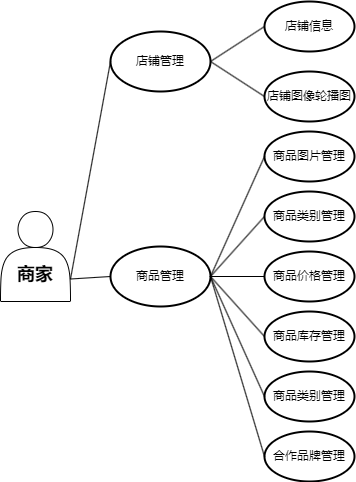
Before: 2.drawio.png, a diagram exported from draw.io (xiyuliu509/microservice-shop). Source tidied: cells renumbered, new cells last; positions are measured from the earlier drawing's top-left corner, leaving out a move shared by most shapes. The source it was exported from:
```xml
<mxGraphModel>
  <root>
    <mxCell id="0" />
    <mxCell id="1" parent="0" />
    <mxCell id="2" value="&lt;h2&gt;商家&lt;/h2&gt;" style="shape=actor;whiteSpace=wrap;html=1;verticalAlign=bottom;fontStyle=1;fontFamily=Comic Sans MS;rounded=0;" parent="1" vertex="1">
      <mxGeometry y="210" width="70" height="90" as="geometry" />
    </mxCell>
    <mxCell id="3" value="店铺管理" style="strokeWidth=2;html=1;shape=mxgraph.flowchart.start_1;whiteSpace=wrap;rounded=0;" parent="1" vertex="1">
      <mxGeometry x="110" y="30" width="100" height="60" as="geometry" />
    </mxCell>
    <mxCell id="4" value="店铺信息" style="strokeWidth=2;html=1;shape=mxgraph.flowchart.start_1;whiteSpace=wrap;rounded=0;" parent="1" vertex="1">
      <mxGeometry x="264" width="90" height="50" as="geometry" />
    </mxCell>
    <mxCell id="5" value="店铺图像轮播图" style="strokeWidth=2;html=1;shape=mxgraph.flowchart.start_1;whiteSpace=wrap;rounded=0;" parent="1" vertex="1">
      <mxGeometry x="264" y="70" width="90" height="50" as="geometry" />
    </mxCell>
    <mxCell id="6" style="endArrow=none;html=1;entryX=0;entryY=0.5;entryDx=0;entryDy=0;entryPerimeter=0;exitX=1;exitY=0.75;exitDx=0;exitDy=0;" parent="1" edge="1" source="2" target="3">
      <mxGeometry relative="1" as="geometry" />
    </mxCell>
    <mxCell id="7" style="endArrow=none;html=1;entryX=0;entryY=0.5;entryDx=0;entryDy=0;entryPerimeter=0;exitX=1;exitY=0.5;exitDx=0;exitDy=0;exitPerimeter=0;" parent="1" edge="1" source="3" target="4">
      <mxGeometry relative="1" as="geometry" />
    </mxCell>
    <mxCell id="8" style="endArrow=none;html=1;entryX=1;entryY=0.5;entryDx=0;entryDy=0;entryPerimeter=0;exitX=0;exitY=0.5;exitDx=0;exitDy=0;exitPerimeter=0;" parent="1" edge="1" source="5" target="3">
      <mxGeometry relative="1" as="geometry" />
    </mxCell>
    <mxCell id="9" value="商品管理" style="strokeWidth=2;html=1;shape=mxgraph.flowchart.start_1;whiteSpace=wrap;rounded=0;" parent="1" vertex="1">
      <mxGeometry x="110" y="245" width="100" height="60" as="geometry" />
    </mxCell>
    <mxCell id="10" style="endArrow=none;html=1;exitX=1;exitY=0.75;exitDx=0;exitDy=0;entryX=0;entryY=0.5;entryDx=0;entryDy=0;entryPerimeter=0;" parent="1" edge="1" source="2" target="9">
      <mxGeometry relative="1" as="geometry" />
    </mxCell>
    <mxCell id="11" value="商品价格管理" style="strokeWidth=2;html=1;shape=mxgraph.flowchart.start_1;whiteSpace=wrap;rounded=0;" parent="1" vertex="1">
      <mxGeometry x="264" y="250" width="90" height="50" as="geometry" />
    </mxCell>
    <mxCell id="12" value="商品类别管理" style="strokeWidth=2;html=1;shape=mxgraph.flowchart.start_1;whiteSpace=wrap;rounded=0;" parent="1" vertex="1">
      <mxGeometry x="264" y="190" width="90" height="50" as="geometry" />
    </mxCell>
    <mxCell id="13" value="商品图片管理" style="strokeWidth=2;html=1;shape=mxgraph.flowchart.start_1;whiteSpace=wrap;rounded=0;" parent="1" vertex="1">
      <mxGeometry x="264" y="130" width="90" height="50" as="geometry" />
    </mxCell>
    <mxCell id="14" value="商品类别管理" style="strokeWidth=2;html=1;shape=mxgraph.flowchart.start_1;whiteSpace=wrap;rounded=0;" parent="1" vertex="1">
      <mxGeometry x="264" y="370" width="90" height="50" as="geometry" />
    </mxCell>
    <mxCell id="15" value="合作品牌管理" style="strokeWidth=2;html=1;shape=mxgraph.flowchart.start_1;whiteSpace=wrap;rounded=0;" parent="1" vertex="1">
      <mxGeometry x="264" y="430" width="90" height="50" as="geometry" />
    </mxCell>
    <mxCell id="16" value="商品库存管理" style="strokeWidth=2;html=1;shape=mxgraph.flowchart.start_1;whiteSpace=wrap;rounded=0;" parent="1" vertex="1">
      <mxGeometry x="264" y="310" width="90" height="50" as="geometry" />
    </mxCell>
    <mxCell id="17" style="endArrow=none;html=1;entryX=0;entryY=0.5;entryDx=0;entryDy=0;entryPerimeter=0;exitX=1;exitY=0.5;exitDx=0;exitDy=0;exitPerimeter=0;" parent="1" edge="1" source="9" target="13">
      <mxGeometry relative="1" as="geometry" />
    </mxCell>
    <mxCell id="18" style="endArrow=none;html=1;entryX=0;entryY=0.5;entryDx=0;entryDy=0;entryPerimeter=0;exitX=1;exitY=0.5;exitDx=0;exitDy=0;exitPerimeter=0;" parent="1" edge="1" source="9" target="12">
      <mxGeometry relative="1" as="geometry" />
    </mxCell>
    <mxCell id="19" style="endArrow=none;html=1;exitX=1;exitY=0.5;exitDx=0;exitDy=0;exitPerimeter=0;entryX=0;entryY=0.5;entryDx=0;entryDy=0;entryPerimeter=0;" parent="1" edge="1" source="9" target="11">
      <mxGeometry relative="1" as="geometry" />
    </mxCell>
    <mxCell id="20" style="endArrow=none;html=1;exitX=1;exitY=0.5;exitDx=0;exitDy=0;exitPerimeter=0;entryX=0;entryY=0.5;entryDx=0;entryDy=0;entryPerimeter=0;" parent="1" edge="1" source="9" target="16">
      <mxGeometry relative="1" as="geometry" />
    </mxCell>
    <mxCell id="21" style="endArrow=none;html=1;exitX=1;exitY=0.5;exitDx=0;exitDy=0;exitPerimeter=0;entryX=0;entryY=0.5;entryDx=0;entryDy=0;entryPerimeter=0;" parent="1" edge="1" source="9" target="14">
      <mxGeometry relative="1" as="geometry" />
    </mxCell>
    <mxCell id="22" style="endArrow=none;html=1;exitX=1;exitY=0.5;exitDx=0;exitDy=0;exitPerimeter=0;entryX=0;entryY=0.5;entryDx=0;entryDy=0;entryPerimeter=0;" parent="1" edge="1" source="9" target="15">
      <mxGeometry relative="1" as="geometry" />
    </mxCell>
  </root>
</mxGraphModel>
```
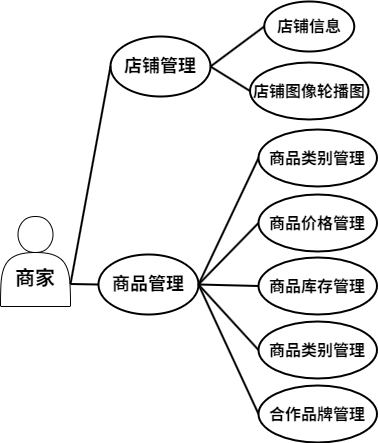
After the change.

Diff of the diagram source:
```diff
@@ -2,68 +2,62 @@
   <root>
     <mxCell id="0" />
     <mxCell id="1" parent="0" />
-    <mxCell id="2" value="&lt;h2&gt;商家&lt;/h2&gt;" style="shape=actor;whiteSpace=wrap;html=1;verticalAlign=bottom;fontStyle=1;fontFamily=Comic Sans MS;rounded=0;" parent="1" vertex="1">
+    <mxCell id="2" value="&lt;h2&gt;&lt;font style=&quot;font-size: 20px;&quot;&gt;商家&lt;/font&gt;&lt;/h2&gt;" style="shape=actor;whiteSpace=wrap;html=1;verticalAlign=bottom;fontStyle=1;fontFamily=Comic Sans MS;rounded=0;" parent="1" vertex="1">
       <mxGeometry y="210" width="70" height="90" as="geometry" />
     </mxCell>
-    <mxCell id="3" value="店铺管理" style="strokeWidth=2;html=1;shape=mxgraph.flowchart.start_1;whiteSpace=wrap;rounded=0;" parent="1" vertex="1">
+    <mxCell id="3" value="&lt;font style=&quot;font-size: 18px;&quot;&gt;&lt;b&gt;店铺管理&lt;/b&gt;&lt;/font&gt;" style="strokeWidth=2;html=1;shape=mxgraph.flowchart.start_1;whiteSpace=wrap;rounded=0;" parent="1" vertex="1">
       <mxGeometry x="110" y="30" width="100" height="60" as="geometry" />
     </mxCell>
-    <mxCell id="4" value="店铺信息" style="strokeWidth=2;html=1;shape=mxgraph.flowchart.start_1;whiteSpace=wrap;rounded=0;" parent="1" vertex="1">
-      <mxGeometry x="264" width="90" height="50" as="geometry" />
+    <mxCell id="4" value="&lt;b&gt;&lt;font style=&quot;font-size: 16px;&quot;&gt;店铺信息&lt;/font&gt;&lt;/b&gt;" style="strokeWidth=2;html=1;shape=mxgraph.flowchart.start_1;whiteSpace=wrap;rounded=0;" parent="1" vertex="1">
+      <mxGeometry x="263.8" y="-5" width="90" height="50" as="geometry" />
     </mxCell>
-    <mxCell id="5" value="店铺图像轮播图" style="strokeWidth=2;html=1;shape=mxgraph.flowchart.start_1;whiteSpace=wrap;rounded=0;" parent="1" vertex="1">
-      <mxGeometry x="264" y="70" width="90" height="50" as="geometry" />
+    <mxCell id="5" value="&lt;font style=&quot;font-size: 16px;&quot;&gt;&lt;b&gt;店铺图像轮播图&lt;/b&gt;&lt;/font&gt;" style="strokeWidth=2;html=1;shape=mxgraph.flowchart.start_1;whiteSpace=wrap;rounded=0;" parent="1" vertex="1">
+      <mxGeometry x="249.5" y="56" width="118.5" height="57" as="geometry" />
     </mxCell>
-    <mxCell id="6" style="endArrow=none;html=1;entryX=0;entryY=0.5;entryDx=0;entryDy=0;entryPerimeter=0;exitX=1;exitY=0.75;exitDx=0;exitDy=0;" parent="1" edge="1" source="2" target="3">
+    <mxCell id="6" style="endArrow=none;html=1;entryX=0;entryY=0.5;entryDx=0;entryDy=0;entryPerimeter=0;exitX=1;exitY=0.75;exitDx=0;exitDy=0;strokeWidth=2;" parent="1" edge="1" source="2" target="3">
       <mxGeometry relative="1" as="geometry" />
     </mxCell>
-    <mxCell id="7" style="endArrow=none;html=1;entryX=0;entryY=0.5;entryDx=0;entryDy=0;entryPerimeter=0;exitX=1;exitY=0.5;exitDx=0;exitDy=0;exitPerimeter=0;" parent="1" edge="1" source="3" target="4">
+    <mxCell id="7" style="endArrow=none;html=1;entryX=0;entryY=0.5;entryDx=0;entryDy=0;entryPerimeter=0;exitX=1;exitY=0.5;exitDx=0;exitDy=0;exitPerimeter=0;strokeWidth=2;" parent="1" edge="1" source="3" target="4">
       <mxGeometry relative="1" as="geometry" />
     </mxCell>
-    <mxCell id="8" style="endArrow=none;html=1;entryX=1;entryY=0.5;entryDx=0;entryDy=0;entryPerimeter=0;exitX=0;exitY=0.5;exitDx=0;exitDy=0;exitPerimeter=0;" parent="1" edge="1" source="5" target="3">
+    <mxCell id="8" style="endArrow=none;html=1;entryX=1;entryY=0.5;entryDx=0;entryDy=0;entryPerimeter=0;exitX=0;exitY=0.5;exitDx=0;exitDy=0;exitPerimeter=0;strokeWidth=2;" parent="1" edge="1" source="5" target="3">
       <mxGeometry relative="1" as="geometry" />
     </mxCell>
-    <mxCell id="9" value="商品管理" style="strokeWidth=2;html=1;shape=mxgraph.flowchart.start_1;whiteSpace=wrap;rounded=0;" parent="1" vertex="1">
-      <mxGeometry x="110" y="245" width="100" height="60" as="geometry" />
+    <mxCell id="9" value="&lt;font style=&quot;font-size: 18px;&quot;&gt;&lt;b&gt;商品管理&lt;/b&gt;&lt;/font&gt;" style="strokeWidth=2;html=1;shape=mxgraph.flowchart.start_1;whiteSpace=wrap;rounded=0;" parent="1" vertex="1">
+      <mxGeometry x="98" y="248" width="100" height="60" as="geometry" />
     </mxCell>
-    <mxCell id="10" style="endArrow=none;html=1;exitX=1;exitY=0.75;exitDx=0;exitDy=0;entryX=0;entryY=0.5;entryDx=0;entryDy=0;entryPerimeter=0;" parent="1" edge="1" source="2" target="9">
+    <mxCell id="10" style="endArrow=none;html=1;exitX=1;exitY=0.75;exitDx=0;exitDy=0;entryX=0;entryY=0.5;entryDx=0;entryDy=0;entryPerimeter=0;strokeWidth=2;" parent="1" edge="1" source="2" target="9">
       <mxGeometry relative="1" as="geometry" />
     </mxCell>
-    <mxCell id="11" value="商品价格管理" style="strokeWidth=2;html=1;shape=mxgraph.flowchart.start_1;whiteSpace=wrap;rounded=0;" parent="1" vertex="1">
-      <mxGeometry x="264" y="250" width="90" height="50" as="geometry" />
-    </mxCell>
-    <mxCell id="12" value="商品类别管理" style="strokeWidth=2;html=1;shape=mxgraph.flowchart.start_1;whiteSpace=wrap;rounded=0;" parent="1" vertex="1">
-      <mxGeometry x="264" y="190" width="90" height="50" as="geometry" />
-    </mxCell>
-    <mxCell id="13" value="商品图片管理" style="strokeWidth=2;html=1;shape=mxgraph.flowchart.start_1;whiteSpace=wrap;rounded=0;" parent="1" vertex="1">
-      <mxGeometry x="264" y="130" width="90" height="50" as="geometry" />
-    </mxCell>
-    <mxCell id="14" value="商品类别管理" style="strokeWidth=2;html=1;shape=mxgraph.flowchart.start_1;whiteSpace=wrap;rounded=0;" parent="1" vertex="1">
-      <mxGeometry x="264" y="370" width="90" height="50" as="geometry" />
-    </mxCell>
-    <mxCell id="15" value="合作品牌管理" style="strokeWidth=2;html=1;shape=mxgraph.flowchart.start_1;whiteSpace=wrap;rounded=0;" parent="1" vertex="1">
-      <mxGeometry x="264" y="430" width="90" height="50" as="geometry" />
-    </mxCell>
-    <mxCell id="16" value="商品库存管理" style="strokeWidth=2;html=1;shape=mxgraph.flowchart.start_1;whiteSpace=wrap;rounded=0;" parent="1" vertex="1">
-      <mxGeometry x="264" y="310" width="90" height="50" as="geometry" />
-    </mxCell>
-    <mxCell id="17" style="endArrow=none;html=1;entryX=0;entryY=0.5;entryDx=0;entryDy=0;entryPerimeter=0;exitX=1;exitY=0.5;exitDx=0;exitDy=0;exitPerimeter=0;" parent="1" edge="1" source="9" target="13">
+    <mxCell id="17" style="endArrow=none;html=1;entryX=0;entryY=0.5;entryDx=0;entryDy=0;entryPerimeter=0;exitX=1;exitY=0.5;exitDx=0;exitDy=0;exitPerimeter=0;strokeWidth=2;" parent="1" edge="1" source="9" target="23">
       <mxGeometry relative="1" as="geometry" />
     </mxCell>
-    <mxCell id="18" style="endArrow=none;html=1;entryX=0;entryY=0.5;entryDx=0;entryDy=0;entryPerimeter=0;exitX=1;exitY=0.5;exitDx=0;exitDy=0;exitPerimeter=0;" parent="1" edge="1" source="9" target="12">
+    <mxCell id="18" style="endArrow=none;html=1;entryX=0;entryY=0.5;entryDx=0;entryDy=0;entryPerimeter=0;exitX=1;exitY=0.5;exitDx=0;exitDy=0;exitPerimeter=0;strokeWidth=2;" parent="1" edge="1" source="9" target="11">
       <mxGeometry relative="1" as="geometry" />
     </mxCell>
-    <mxCell id="19" style="endArrow=none;html=1;exitX=1;exitY=0.5;exitDx=0;exitDy=0;exitPerimeter=0;entryX=0;entryY=0.5;entryDx=0;entryDy=0;entryPerimeter=0;" parent="1" edge="1" source="9" target="11">
+    <mxCell id="19" style="endArrow=none;html=1;exitX=1;exitY=0.5;exitDx=0;exitDy=0;exitPerimeter=0;entryX=0;entryY=0.5;entryDx=0;entryDy=0;entryPerimeter=0;strokeWidth=2;" parent="1" edge="1" source="9" target="16">
       <mxGeometry relative="1" as="geometry" />
     </mxCell>
-    <mxCell id="20" style="endArrow=none;html=1;exitX=1;exitY=0.5;exitDx=0;exitDy=0;exitPerimeter=0;entryX=0;entryY=0.5;entryDx=0;entryDy=0;entryPerimeter=0;" parent="1" edge="1" source="9" target="16">
+    <mxCell id="20" style="endArrow=none;html=1;exitX=1;exitY=0.5;exitDx=0;exitDy=0;exitPerimeter=0;entryX=0;entryY=0.5;entryDx=0;entryDy=0;entryPerimeter=0;strokeWidth=2;" parent="1" edge="1" source="9" target="24">
       <mxGeometry relative="1" as="geometry" />
     </mxCell>
-    <mxCell id="21" style="endArrow=none;html=1;exitX=1;exitY=0.5;exitDx=0;exitDy=0;exitPerimeter=0;entryX=0;entryY=0.5;entryDx=0;entryDy=0;entryPerimeter=0;" parent="1" edge="1" source="9" target="14">
+    <mxCell id="21" style="endArrow=none;html=1;exitX=1;exitY=0.5;exitDx=0;exitDy=0;exitPerimeter=0;entryX=0;entryY=0.5;entryDx=0;entryDy=0;entryPerimeter=0;strokeWidth=2;" parent="1" edge="1" source="9" target="15">
       <mxGeometry relative="1" as="geometry" />
     </mxCell>
-    <mxCell id="22" style="endArrow=none;html=1;exitX=1;exitY=0.5;exitDx=0;exitDy=0;exitPerimeter=0;entryX=0;entryY=0.5;entryDx=0;entryDy=0;entryPerimeter=0;" parent="1" edge="1" source="9" target="15">
-      <mxGeometry relative="1" as="geometry" />
-    </mxCell>
+    <mxCell id="23" value="&lt;font style=&quot;font-size: 16px;&quot;&gt;&lt;b&gt;商品类别管理&lt;/b&gt;&lt;/font&gt;" style="strokeWidth=2;html=1;shape=mxgraph.flowchart.start_1;whiteSpace=wrap;rounded=0;" parent="1" vertex="1">
+      <mxGeometry x="258" y="123" width="118.5" height="57" as="geometry" />
+    </mxCell>
+    <mxCell id="11" value="&lt;font style=&quot;font-size: 16px;&quot;&gt;&lt;b&gt;商品价格管理&lt;/b&gt;&lt;/font&gt;" style="strokeWidth=2;html=1;shape=mxgraph.flowchart.start_1;whiteSpace=wrap;rounded=0;" parent="1" vertex="1">
+      <mxGeometry x="258" y="188" width="118.5" height="57" as="geometry" />
+    </mxCell>
+    <mxCell id="16" value="&lt;font style=&quot;font-size: 16px;&quot;&gt;&lt;b&gt;商品库存管理&lt;/b&gt;&lt;/font&gt;" style="strokeWidth=2;html=1;shape=mxgraph.flowchart.start_1;whiteSpace=wrap;rounded=0;" parent="1" vertex="1">
+      <mxGeometry x="258" y="251" width="118.5" height="57" as="geometry" />
+    </mxCell>
+    <mxCell id="24" value="&lt;font style=&quot;font-size: 16px;&quot;&gt;&lt;b&gt;商品类别管理&lt;/b&gt;&lt;/font&gt;" style="strokeWidth=2;html=1;shape=mxgraph.flowchart.start_1;whiteSpace=wrap;rounded=0;" parent="1" vertex="1">
+      <mxGeometry x="258" y="315" width="118.5" height="57" as="geometry" />
+    </mxCell>
+    <mxCell id="15" value="&lt;font style=&quot;font-size: 16px;&quot;&gt;&lt;b&gt;合作品牌管理&lt;/b&gt;&lt;/font&gt;" style="strokeWidth=2;html=1;shape=mxgraph.flowchart.start_1;whiteSpace=wrap;rounded=0;" parent="1" vertex="1">
+      <mxGeometry x="258" y="379" width="118.5" height="57" as="geometry" />
+    </mxCell>
   </root>
 </mxGraphModel>
```
